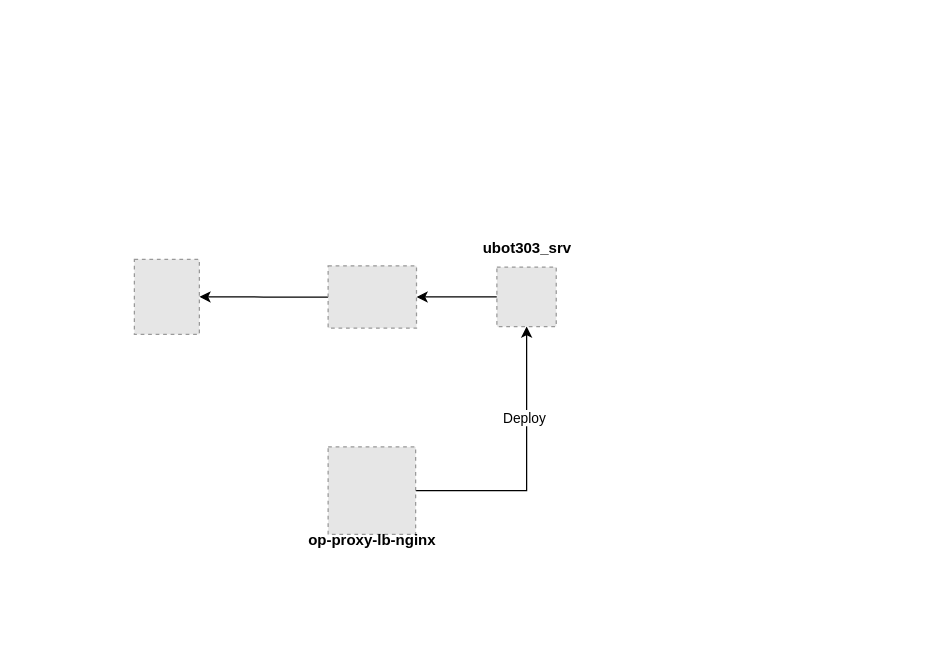
Above: Untitled Diagram.drawio in BTabaku/BTabaku (draw.io), before the change. Source tidied: cells renumbered, new cells numbered last; positions are measured from the earlier drawing's top-left corner, leaving out a move shared by most shapes. Both pictures are drawn from the tidied source at 125%, with x=0, y=0 at pixel (134, 229). Pictures stored in the file or linked from it are replaced by grey dashed boxes.
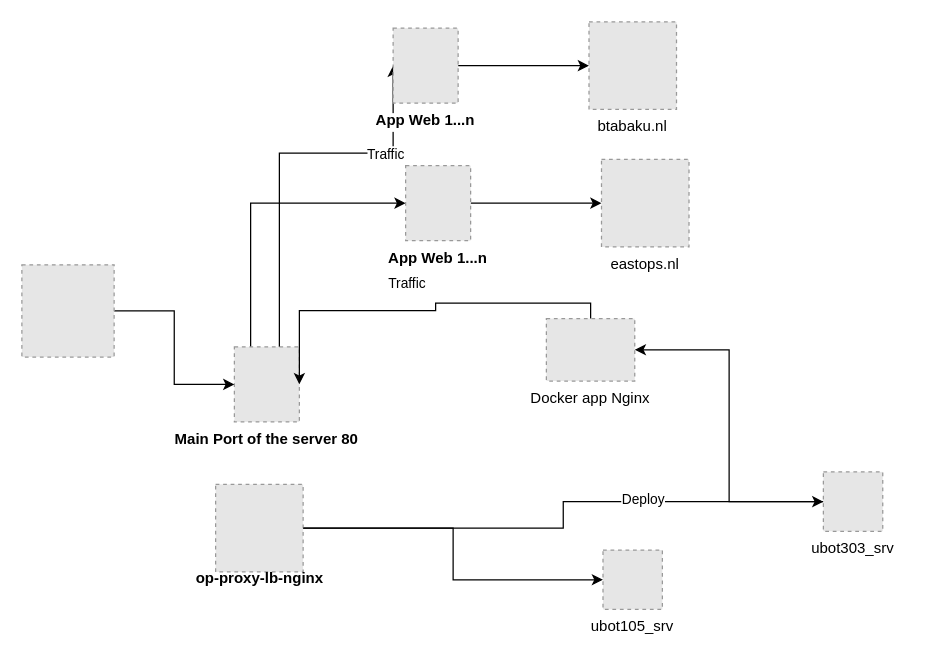
After the change.

The change refers to these unchanged cells:
```xml
<mxCell id="9" style="fillColor=#E6E6E6;strokeColor=#999999;dashed=1;verticalLabelPosition=bottom;labelBackgroundColor=default;verticalAlign=top;" parent="8" vertex="1">
  <mxGeometry x="25" width="70" height="70" as="geometry" />
</mxCell>
```

The edit, as a diff of the source:
```diff
@@
+    <mxCell id="14" style="edgeStyle=orthogonalEdgeStyle;rounded=0;jettySize=auto;html=1;entryX=0;entryY=0.5;entryDx=0;entryDy=0;" parent="1" edge="1" source="2" target="18">
+      <mxGeometry relative="1" as="geometry">
+        <Array as="points">
+          <mxPoint x="116" y="-61" />
+        </Array>
+      </mxGeometry>
+    </mxCell>
+    <mxCell id="15" value="Traffic" style="edgeLabel;html=1;align=center;verticalAlign=middle;" parent="14" vertex="1">
+      <mxGeometry x="0.51" relative="1" as="geometry" />
+    </mxCell>
+    <mxCell id="16" style="edgeStyle=orthogonalEdgeStyle;rounded=0;jettySize=auto;html=1;exitX=0.25;exitY=0;exitDx=0;exitDy=0;entryX=0;entryY=0.5;entryDx=0;entryDy=0;" parent="1" edge="1" source="2" target="24">
+      <mxGeometry relative="1" as="geometry" />
+    </mxCell>
-    <mxCell id="2" style="fillColor=#E6E6E6;strokeColor=#999999;dashed=1;verticalLabelPosition=bottom;labelBackgroundColor=default;verticalAlign=top;" parent="1" vertex="1">
-      <mxGeometry y="24" width="52" height="60" as="geometry" />
+    <mxCell id="2" value="Main Port of the server 80" style="fillColor=#E6E6E6;strokeColor=#999999;dashed=1;verticalLabelPosition=bottom;labelBackgroundColor=default;verticalAlign=top;fontStyle=1;" parent="1" vertex="1">
+      <mxGeometry x="80" y="94" width="52" height="60" as="geometry" />
     </mxCell>
@@
     <mxCell id="6" style="edgeStyle=orthogonalEdgeStyle;rounded=0;jettySize=auto;html=1;entryX=1;entryY=0.5;entryDx=0;entryDy=0;" parent="1" edge="1" source="7" target="2">
-      <mxGeometry relative="1" as="geometry" />
+      <mxGeometry relative="1" as="geometry">
+        <Array as="points">
+          <mxPoint x="241" y="59" />
+          <mxPoint x="241" y="65" />
+        </Array>
+      </mxGeometry>
     </mxCell>
-    <mxCell id="7" style="fillColor=#E6E6E6;strokeColor=#999999;dashed=1;verticalLabelPosition=bottom;labelBackgroundColor=default;verticalAlign=top;" parent="1" vertex="1">
-      <mxGeometry x="155" y="29.1" width="70.7" height="49.9" as="geometry" />
+    <mxCell id="7" value="Docker app Nginx" style="fillColor=#E6E6E6;strokeColor=#999999;dashed=1;verticalLabelPosition=bottom;labelBackgroundColor=default;verticalAlign=top;" parent="1" vertex="1">
+      <mxGeometry x="329.6" y="71.4" width="70.7" height="49.9" as="geometry" />
     </mxCell>
     <mxCell id="8" style="group;" parent="1" vertex="1">
-      <mxGeometry x="130" y="174" width="120" height="90" as="geometry" />
+      <mxGeometry x="40" y="204" width="120" height="90" as="geometry" />
     </mxCell>
@@
     <mxCell id="11" style="group;" parent="1" vertex="1">
-      <mxGeometry x="268.8" y="0.2" width="90" height="77.5" as="geometry" />
+      <mxGeometry x="530" y="164" width="90" height="77.5" as="geometry" />
     </mxCell>
-    <mxCell id="12" style="fillColor=#E6E6E6;strokeColor=#999999;dashed=1;verticalLabelPosition=bottom;labelBackgroundColor=default;verticalAlign=top;" parent="11" vertex="1">
+    <mxCell id="12" value="ubot303_srv" style="fillColor=#E6E6E6;strokeColor=#999999;dashed=1;verticalLabelPosition=bottom;labelBackgroundColor=default;verticalAlign=top;" parent="11" vertex="1">
       <mxGeometry x="21.2" y="30" width="47.5" height="47.5" as="geometry" />
     </mxCell>
-    <mxCell id="13" value="&lt;b&gt;ubot303_srv&lt;/b&gt;" style="text;html=1;align=center;verticalAlign=middle;strokeColor=none;fillColor=none;" parent="11" vertex="1">
-      <mxGeometry width="90" height="30" as="geometry" />
-    </mxCell>
+    <mxCell id="17" style="edgeStyle=orthogonalEdgeStyle;rounded=0;jettySize=auto;html=1;" parent="1" edge="1" source="18" target="19">
+      <mxGeometry relative="1" as="geometry" />
+    </mxCell>
+    <mxCell id="18" value="App Web 1...n" style="fillColor=#E6E6E6;strokeColor=#999999;dashed=1;verticalLabelPosition=bottom;labelBackgroundColor=default;verticalAlign=top;fontStyle=1;" parent="1" vertex="1">
+      <mxGeometry x="207" y="-161" width="52" height="60" as="geometry" />
+    </mxCell>
+    <mxCell id="19" value="btabaku.nl" style="fillColor=#E6E6E6;strokeColor=#999999;dashed=1;verticalLabelPosition=bottom;labelBackgroundColor=default;verticalAlign=top;" parent="1" vertex="1">
+      <mxGeometry x="363.7" y="-166" width="70" height="70" as="geometry" />
+    </mxCell>
+    <mxCell id="20" style="edgeStyle=orthogonalEdgeStyle;rounded=0;jettySize=auto;html=1;entryX=0;entryY=0.5;entryDx=0;entryDy=0;" parent="1" edge="1" source="21" target="2">
+      <mxGeometry relative="1" as="geometry" />
+    </mxCell>
+    <mxCell id="21" style="fillColor=#E6E6E6;strokeColor=#999999;dashed=1;verticalLabelPosition=bottom;labelBackgroundColor=default;verticalAlign=top;" parent="1" vertex="1">
+      <mxGeometry x="-90" y="28.3" width="73.8" height="73.8" as="geometry" />
+    </mxCell>
+    <mxCell id="22" value="Traffic" style="edgeLabel;html=1;align=center;verticalAlign=middle;" parent="1" vertex="1">
+      <mxGeometry x="217" y="42.5" as="geometry" />
+    </mxCell>
+    <mxCell id="23" style="edgeStyle=orthogonalEdgeStyle;rounded=0;jettySize=auto;html=1;" parent="1" edge="1" source="24" target="25">
+      <mxGeometry relative="1" as="geometry" />
+    </mxCell>
+    <mxCell id="24" value="App Web 1...n" style="fillColor=#E6E6E6;strokeColor=#999999;dashed=1;verticalLabelPosition=bottom;labelBackgroundColor=default;verticalAlign=top;fontStyle=1;" parent="1" vertex="1">
+      <mxGeometry x="217" y="-51" width="52" height="60" as="geometry" />
+    </mxCell>
+    <mxCell id="25" value="eastops.nl" style="fillColor=#E6E6E6;strokeColor=#999999;dashed=1;verticalLabelPosition=bottom;labelBackgroundColor=default;verticalAlign=top;" parent="1" vertex="1">
+      <mxGeometry x="373.7" y="-56" width="70" height="70" as="geometry" />
+    </mxCell>
+    <mxCell id="26" style="group;" parent="1" vertex="1">
+      <mxGeometry x="353.7" y="226.5" width="90" height="77.5" as="geometry" />
+    </mxCell>
+    <mxCell id="27" value="ubot105_srv" style="fillColor=#E6E6E6;strokeColor=#999999;dashed=1;verticalLabelPosition=bottom;labelBackgroundColor=default;verticalAlign=top;" parent="26" vertex="1">
+      <mxGeometry x="21.2" y="30" width="47.5" height="47.5" as="geometry" />
+    </mxCell>
+    <mxCell id="28" style="edgeStyle=orthogonalEdgeStyle;rounded=0;jettySize=auto;html=1;exitX=1;exitY=0.5;exitDx=0;exitDy=0;" parent="1" edge="1" source="9" target="27">
+      <mxGeometry relative="1" as="geometry" />
+    </mxCell>
```
